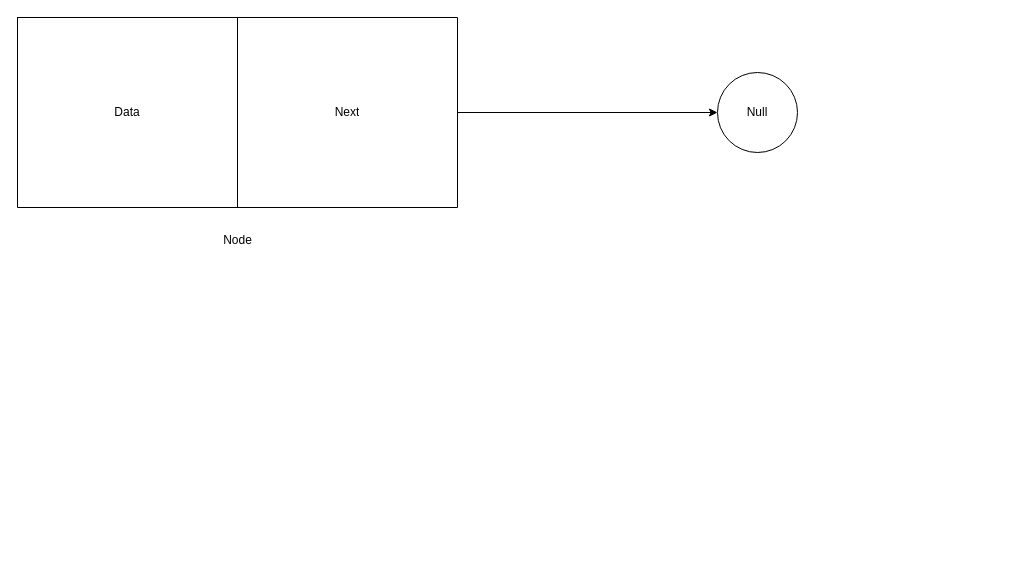
This is Untitled Diagram.drawio from luxorishere/pythontheory, a draw.io file, before an edit. Source tidied: cells renumbered, new cells numbered last; positions are measured from the earlier drawing's top-left corner, leaving out a move shared by most shapes. Both pictures are drawn from the tidied source at 100%, with x=0, y=0 at pixel (17, 17).
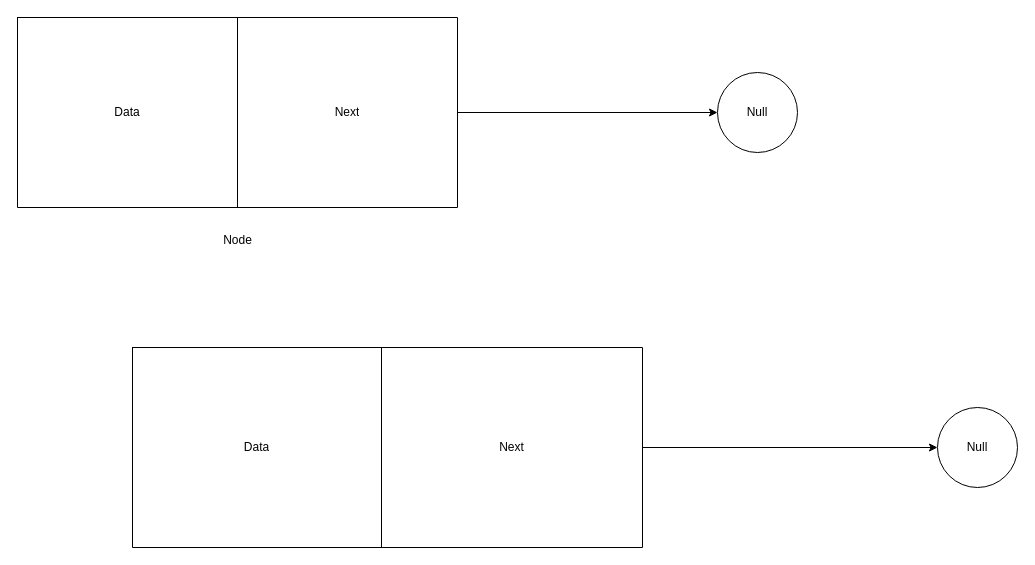
After the change.

What changed in the source:
```diff
@@
 <mxGraphModel>
   <root>
     <mxCell id="0" />
     <mxCell id="1" parent="0" />
     <mxCell id="2" style="edgeStyle=orthogonalEdgeStyle;rounded=0;jettySize=auto;html=1;" parent="1" edge="1" source="3" target="7">
       <mxGeometry relative="1" as="geometry" />
     </mxCell>
     <mxCell id="3" style="shape=table;startSize=0;childLayout=tableLayout;" parent="1" vertex="1">
       <mxGeometry width="440" height="190" as="geometry" />
     </mxCell>
     <mxCell id="4" style="shape=tableRow;horizontal=0;startSize=0;swimlaneHead=0;swimlaneBody=0;strokeColor=inherit;top=0;left=0;bottom=0;right=0;fillColor=none;" parent="3" vertex="1">
       <mxGeometry width="440" height="190" as="geometry" />
     </mxCell>
     <mxCell id="5" value="Data" style="shape=partialRectangle;html=1;whiteSpace=wrap;strokeColor=inherit;overflow=hidden;fillColor=none;top=0;left=0;bottom=0;right=0;" parent="4" vertex="1">
       <mxGeometry width="220" height="190" as="geometry" />
     </mxCell>
     <mxCell id="6" value="Next" style="shape=partialRectangle;html=1;whiteSpace=wrap;strokeColor=inherit;overflow=hidden;fillColor=none;top=0;left=0;bottom=0;right=0;" parent="4" vertex="1">
       <mxGeometry x="220" width="220" height="190" as="geometry" />
     </mxCell>
     <mxCell id="7" value="Null" style="ellipse;whiteSpace=wrap;html=1;startSize=0;" parent="1" vertex="1">
       <mxGeometry x="700" y="55" width="80" height="80" as="geometry" />
     </mxCell>
     <mxCell id="8" value="Node" style="text;html=1;align=center;verticalAlign=middle;strokeColor=none;fillColor=none;" parent="1" vertex="1">
       <mxGeometry x="195" y="208" width="50" height="30" as="geometry" />
     </mxCell>
+    <mxCell id="9" style="edgeStyle=orthogonalEdgeStyle;rounded=0;jettySize=auto;html=1;" parent="1" edge="1" source="10" target="14">
+      <mxGeometry relative="1" as="geometry" />
+    </mxCell>
+    <mxCell id="10" style="shape=table;startSize=0;childLayout=tableLayout;" parent="1" vertex="1">
+      <mxGeometry x="115" y="330" width="510" height="200" as="geometry" />
+    </mxCell>
+    <mxCell id="11" style="shape=tableRow;horizontal=0;startSize=0;swimlaneHead=0;swimlaneBody=0;strokeColor=inherit;top=0;left=0;bottom=0;right=0;fillColor=none;" parent="10" vertex="1">
+      <mxGeometry width="510" height="200" as="geometry" />
+    </mxCell>
+    <mxCell id="12" value="Data" style="shape=partialRectangle;html=1;whiteSpace=wrap;strokeColor=inherit;overflow=hidden;fillColor=none;top=0;left=0;bottom=0;right=0;" parent="11" vertex="1">
+      <mxGeometry width="249" height="200" as="geometry" />
+    </mxCell>
+    <mxCell id="13" value="Next" style="shape=partialRectangle;html=1;whiteSpace=wrap;strokeColor=inherit;overflow=hidden;fillColor=none;top=0;left=0;bottom=0;right=0;" parent="11" vertex="1">
+      <mxGeometry x="249" width="261" height="200" as="geometry" />
+    </mxCell>
+    <mxCell id="14" value="Null" style="ellipse;whiteSpace=wrap;html=1;startSize=0;" parent="1" vertex="1">
+      <mxGeometry x="920" y="390" width="80" height="80" as="geometry" />
+    </mxCell>
   </root>
 </mxGraphModel>
```
